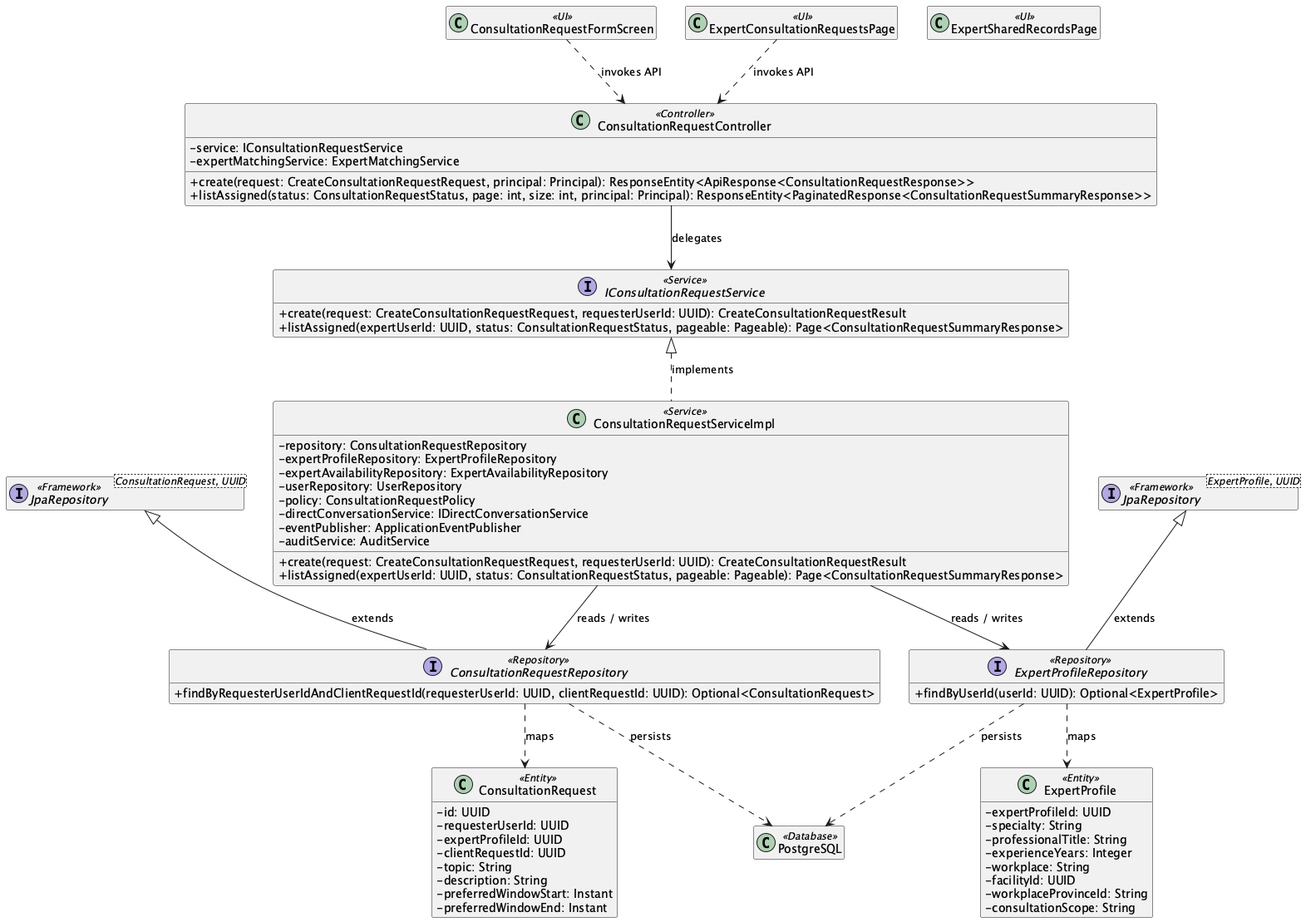
This is 03_Design/Detailed_Design/MF05_Verified_Expert_Network/images/03_Consultation_Request_and_Shared_Care_Lifecycle_ClassDiagram.png from ChuongBDHE172784/CareBridge_SEP490_G79, a PlantUML export, as it was before one commit.
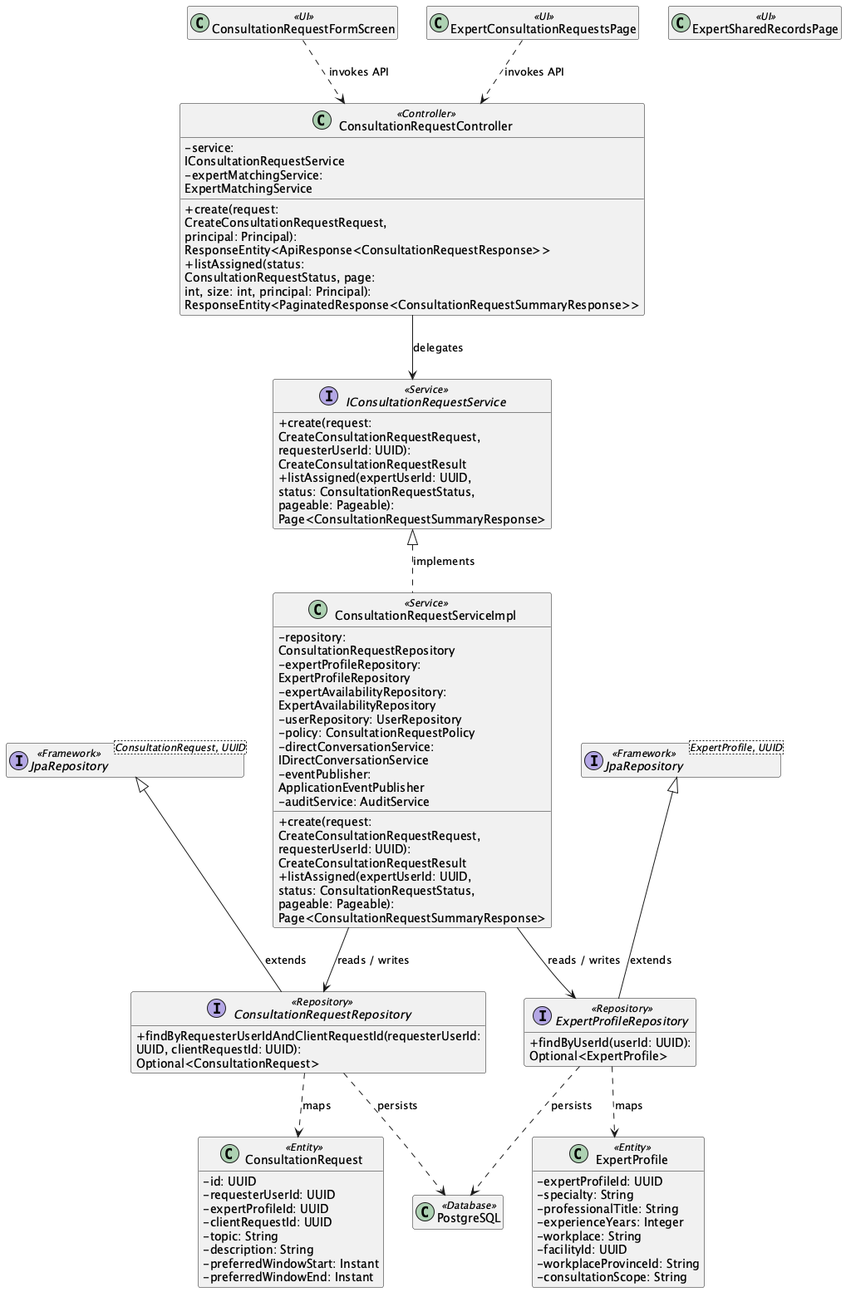
The same diagram one commit later.

Change to the diagram source:
```diff
@@ -1,5 +1,6 @@
-@startuml
+@startuml ClassDiagram_03ConsultationRequestandSharedCareLifecycle
 skinparam classAttributeIconSize 0
+skinparam wrapWidth 250
 hide empty members
 
 class "ConsultationRequestFormScreen" as UIConsultationRequestFormScreen <<UI>>
```
